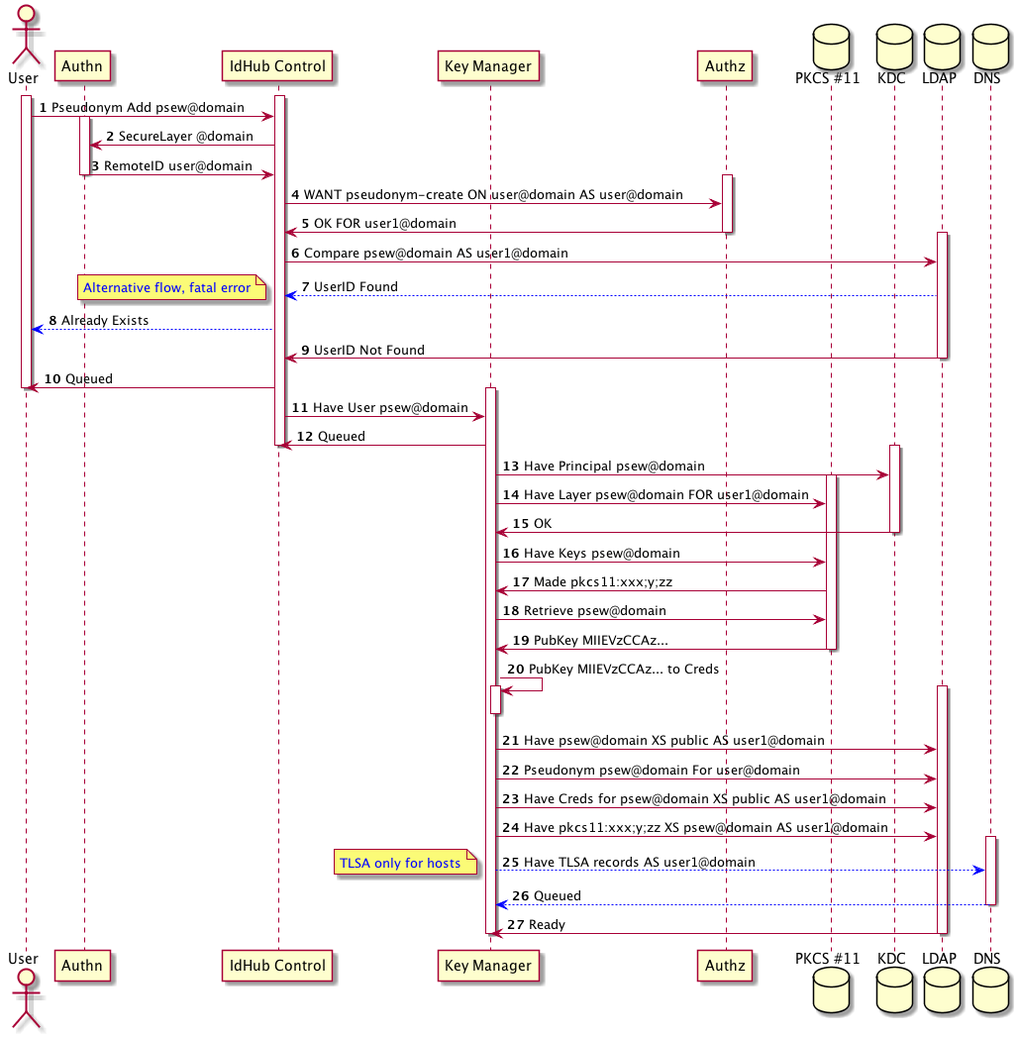
The PlantUML diagram pseudonym-add.png in arpa2/identityhub-design, before a commit. Source of this version:
```plantuml
@startuml

actor User
participant Authn
participant "IdHub Control" as Control
participant "Key Manager" as KeyManager
participant Authz
database "PKCS #11" as PKCS11
database KDC
database LDAP
database DNS

autonumber

activate User
activate Control
User -> Control: Pseudonym Add psew@domain

	activate Authn
	Control -> Authn: SecureLayer @domain
	Authn -> Control: RemoteID user@domain
	deactivate Authn

	activate Authz
	Control -> Authz: WANT pseudonym-create ON user@domain AS user@domain
	Authz -> Control: OK FOR user1@domain
	deactivate Authz

	activate LDAP
	Control -> LDAP: Compare psew@domain AS user1@domain
	LDAP -[#blue]-> Control: UserID Found
note left: <color:blue>Alternative flow, fatal error</color>
Control -[#blue]-> User: Already Exists
	LDAP -> Control: UserID Not Found
	deactivate LDAP

Control -> User: Queued
deactivate User

	activate KeyManager
	Control -> KeyManager: Have User psew@domain
	KeyManager -> Control: Queued
deactivate Control

			activate KDC
			KeyManager -> KDC: Have Principal psew@domain

		activate PKCS11
		KeyManager -> PKCS11: Have Layer psew@domain FOR user1@domain

			KDC -> KeyManager: OK
			deactivate KDC

		KeyManager -> PKCS11: Have Keys psew@domain

		PKCS11 -> KeyManager: Made pkcs11:xxx;y;zz

		KeyManager -> PKCS11: Retrieve psew@domain
		PKCS11 -> KeyManager: PubKey MIIEVzCCAz...

		deactivate PKCS11

	KeyManager -> KeyManager: PubKey MIIEVzCCAz... to Creds
	activate KeyManager
	deactivate KeyManager

	activate LDAP
	KeyManager -> LDAP: Have psew@domain XS public AS user1@domain
	KeyManager -> LDAP: Pseudonym psew@domain For user@domain
	KeyManager -> LDAP: Have Creds for psew@domain XS public AS user1@domain
	KeyManager -> LDAP: Have pkcs11:xxx;y;zz XS psew@domain AS user1@domain

		activate DNS
		KeyManager -[#blue]-> DNS: Have TLSA records AS user1@domain
		note left: <color:blue>TLSA only for hosts</color>
		DNS -[#blue]-> KeyManager: Queued
		deactivate DNS

	LDAP -> KeyManager: Ready
	deactivate LDAP

	deactivate KeyManager

@enduml
```
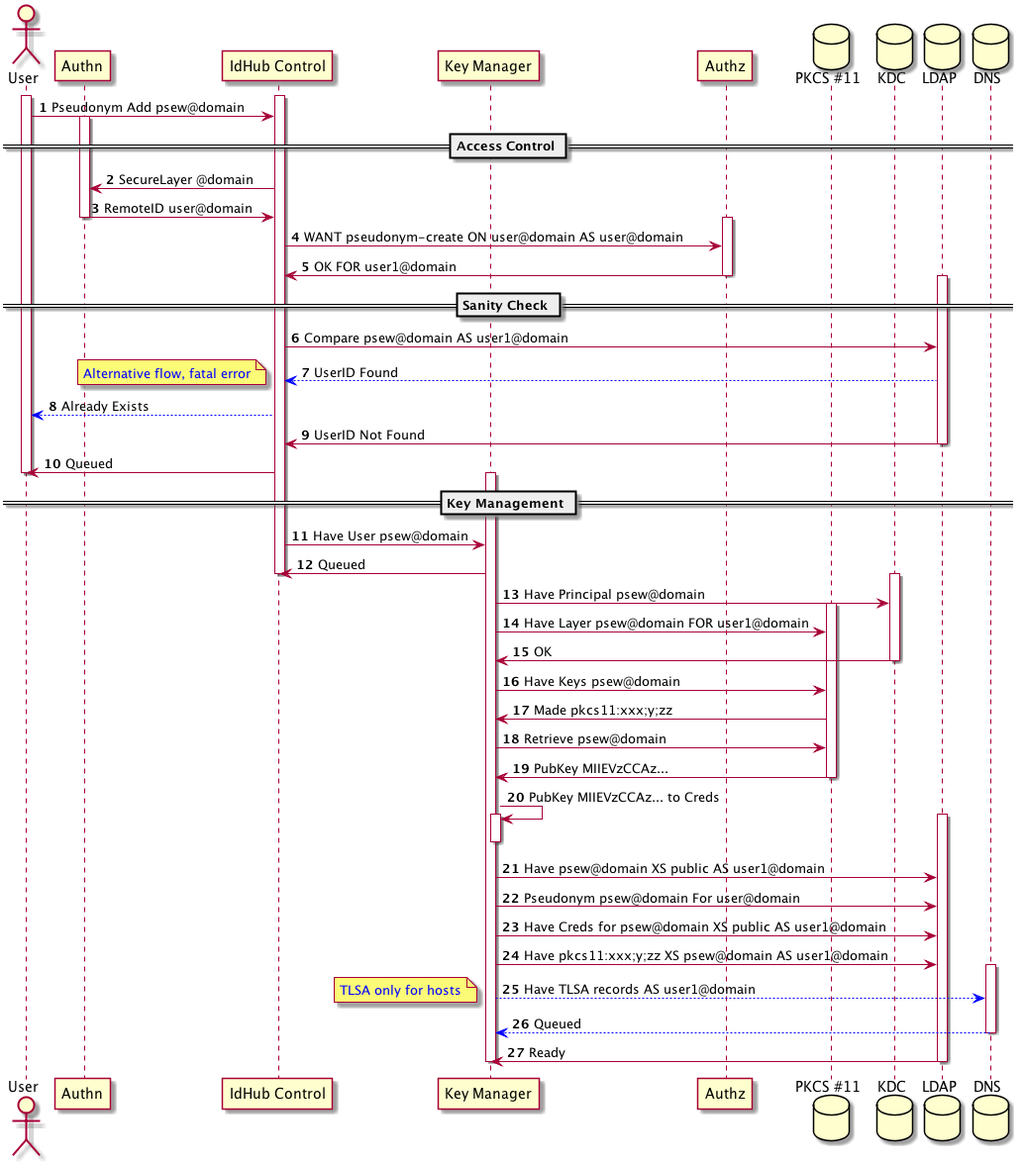
After the change.

Change to the diagram source:
```diff
@@ -16,6 +16,8 @@
 activate Control
 User -> Control: Pseudonym Add psew@domain
 
+== Access Control ==
+
 	activate Authn
 	Control -> Authn: SecureLayer @domain
 	Authn -> Control: RemoteID user@domain
@@ -25,6 +27,8 @@
 	Control -> Authz: WANT pseudonym-create ON user@domain AS user@domain
 	Authz -> Control: OK FOR user1@domain
 	deactivate Authz
+
+== Sanity Check ==
 
 	activate LDAP
 	Control -> LDAP: Compare psew@domain AS user1@domain
@@ -36,6 +40,8 @@
 
 Control -> User: Queued
 deactivate User
+
+== Key Management ==
 
 	activate KeyManager
 	Control -> KeyManager: Have User psew@domain
```
